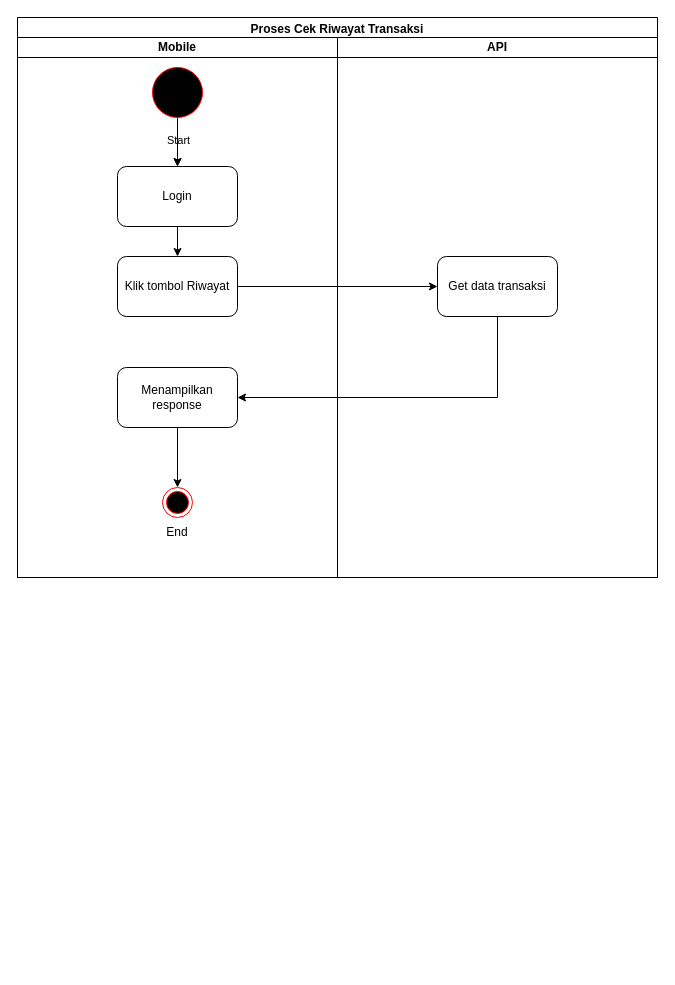
Before: page "Cek Riwayat Transaksi" (5 of 11) of requirements/Activity Diagram.drawio in foxxxesky/Final-Projects-Backend-OVO, a draw.io diagram. Source tidied: cells renumbered, new cells numbered last; positions are measured from the earlier drawing's top-left corner, leaving out a move shared by most shapes. Both pictures are drawn from the tidied source at 100%, with x=0, y=0 at pixel (17, 17).
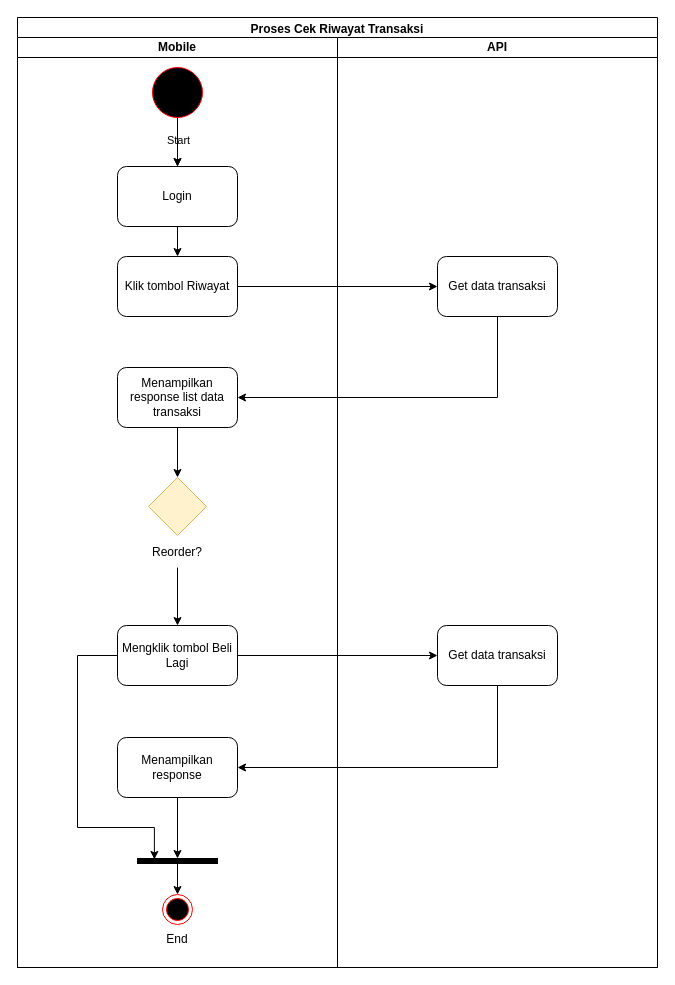
Above is the later version.

The edit, as a diff of the source:
```diff
@@
     <mxCell id="2" value="Proses&amp;nbsp;Cek Riwayat Transaksi" style="swimlane;whiteSpace=wrap;html=1;" parent="1" vertex="1">
-      <mxGeometry width="640" height="560" as="geometry" />
+      <mxGeometry width="640" height="950" as="geometry" />
     </mxCell>
     <mxCell id="3" value="Mobile" style="swimlane;startSize=20;whiteSpace=wrap;html=1;" parent="2" vertex="1">
-      <mxGeometry y="20" width="320" height="540" as="geometry" />
+      <mxGeometry y="20" width="320" height="930" as="geometry" />
     </mxCell>
@@
-    <mxCell id="9" style="ellipse;html=1;shape=endState;fillColor=#000000;strokeColor=#ff0000;" parent="3" vertex="1">
-      <mxGeometry x="145" y="450" width="30" height="30" as="geometry" />
-    </mxCell>
@@
+    <mxCell id="19" style="edgeStyle=orthogonalEdgeStyle;rounded=0;html=1;entryX=0.5;entryY=0;entryDx=0;entryDy=0;" parent="3" edge="1" source="14" target="20">
+      <mxGeometry relative="1" as="geometry" />
+    </mxCell>
+    <mxCell id="14" value="Menampilkan response list data transaksi" style="whiteSpace=wrap;html=1;fillColor=none;rounded=1;" parent="3" vertex="1">
+      <mxGeometry x="100" y="330" width="120" height="60" as="geometry" />
+    </mxCell>
+    <mxCell id="20" style="rhombus;whiteSpace=wrap;html=1;fillColor=#fff2cc;strokeColor=#d6b656;" parent="3" vertex="1">
+      <mxGeometry x="131" y="440" width="58" height="58" as="geometry" />
+    </mxCell>
+    <mxCell id="21" style="edgeStyle=orthogonalEdgeStyle;rounded=0;html=1;" parent="3" edge="1" source="22" target="27">
+      <mxGeometry relative="1" as="geometry" />
+    </mxCell>
+    <mxCell id="22" value="Reorder?" style="text;html=1;strokeColor=none;fillColor=none;align=center;verticalAlign=middle;whiteSpace=wrap;rounded=0;" parent="3" vertex="1">
+      <mxGeometry x="130" y="500" width="60" height="30" as="geometry" />
+    </mxCell>
+    <mxCell id="23" style="ellipse;html=1;shape=endState;fillColor=#000000;strokeColor=#ff0000;" parent="3" vertex="1">
+      <mxGeometry x="145" y="857" width="30" height="30" as="geometry" />
+    </mxCell>
     <mxCell id="12" value="End" style="text;html=1;strokeColor=none;fillColor=none;align=center;verticalAlign=middle;whiteSpace=wrap;rounded=0;" parent="3" vertex="1">
-      <mxGeometry x="130" y="480" width="60" height="30" as="geometry" />
+      <mxGeometry x="130" y="887" width="60" height="30" as="geometry" />
     </mxCell>
-    <mxCell id="13" style="edgeStyle=orthogonalEdgeStyle;rounded=0;html=1;entryX=0.5;entryY=0;entryDx=0;entryDy=0;" parent="3" edge="1" source="14" target="9">
-      <mxGeometry relative="1" as="geometry" />
-    </mxCell>
-    <mxCell id="14" value="Menampilkan response" style="whiteSpace=wrap;html=1;fillColor=none;rounded=1;" parent="3" vertex="1">
-      <mxGeometry x="100" y="330" width="120" height="60" as="geometry" />
-    </mxCell>
+    <mxCell id="24" style="edgeStyle=none;html=1;entryX=0.5;entryY=0;entryDx=0;entryDy=0;" parent="3" edge="1" source="25" target="23">
+      <mxGeometry relative="1" as="geometry" />
+    </mxCell>
+    <mxCell id="25" style="html=1;points=[];perimeter=orthogonalPerimeter;fillColor=strokeColor;direction=south;" parent="3" vertex="1">
+      <mxGeometry x="120" y="821" width="80" height="5" as="geometry" />
+    </mxCell>
+    <mxCell id="26" style="edgeStyle=orthogonalEdgeStyle;rounded=0;html=1;entryX=0.186;entryY=0.789;entryDx=0;entryDy=0;entryPerimeter=0;" parent="3" edge="1" source="27" target="25">
+      <mxGeometry relative="1" as="geometry">
+        <Array as="points">
+          <mxPoint x="60" y="618" />
+          <mxPoint x="60" y="790" />
+          <mxPoint x="137" y="790" />
+        </Array>
+      </mxGeometry>
+    </mxCell>
+    <mxCell id="27" value="Mengklik tombol Beli Lagi" style="whiteSpace=wrap;html=1;fillColor=none;rounded=1;" parent="3" vertex="1">
+      <mxGeometry x="100" y="588" width="120" height="60" as="geometry" />
+    </mxCell>
+    <mxCell id="28" style="edgeStyle=orthogonalEdgeStyle;rounded=0;html=1;" parent="3" edge="1" source="29" target="25">
+      <mxGeometry relative="1" as="geometry" />
+    </mxCell>
+    <mxCell id="29" value="Menampilkan response" style="whiteSpace=wrap;html=1;fillColor=none;rounded=1;" parent="3" vertex="1">
+      <mxGeometry x="100" y="700" width="120" height="60" as="geometry" />
+    </mxCell>
     <mxCell id="15" value="API" style="swimlane;startSize=20;whiteSpace=wrap;html=1;" parent="1" vertex="1">
-      <mxGeometry x="320" y="20" width="320" height="540" as="geometry" />
+      <mxGeometry x="320" y="20" width="320" height="930" as="geometry" />
     </mxCell>
@@
+    <mxCell id="30" value="Get data transaksi" style="whiteSpace=wrap;html=1;fillColor=none;rounded=1;" parent="15" vertex="1">
+      <mxGeometry x="100" y="588" width="120" height="60" as="geometry" />
+    </mxCell>
@@
+    <mxCell id="31" style="edgeStyle=orthogonalEdgeStyle;rounded=0;html=1;entryX=0;entryY=0.5;entryDx=0;entryDy=0;" parent="1" edge="1" source="27" target="30">
+      <mxGeometry relative="1" as="geometry" />
+    </mxCell>
+    <mxCell id="32" style="edgeStyle=orthogonalEdgeStyle;rounded=0;html=1;entryX=1;entryY=0.5;entryDx=0;entryDy=0;" parent="1" edge="1" source="30" target="29">
+      <mxGeometry relative="1" as="geometry">
+        <Array as="points">
+          <mxPoint x="480" y="750" />
+        </Array>
+      </mxGeometry>
+    </mxCell>
```
